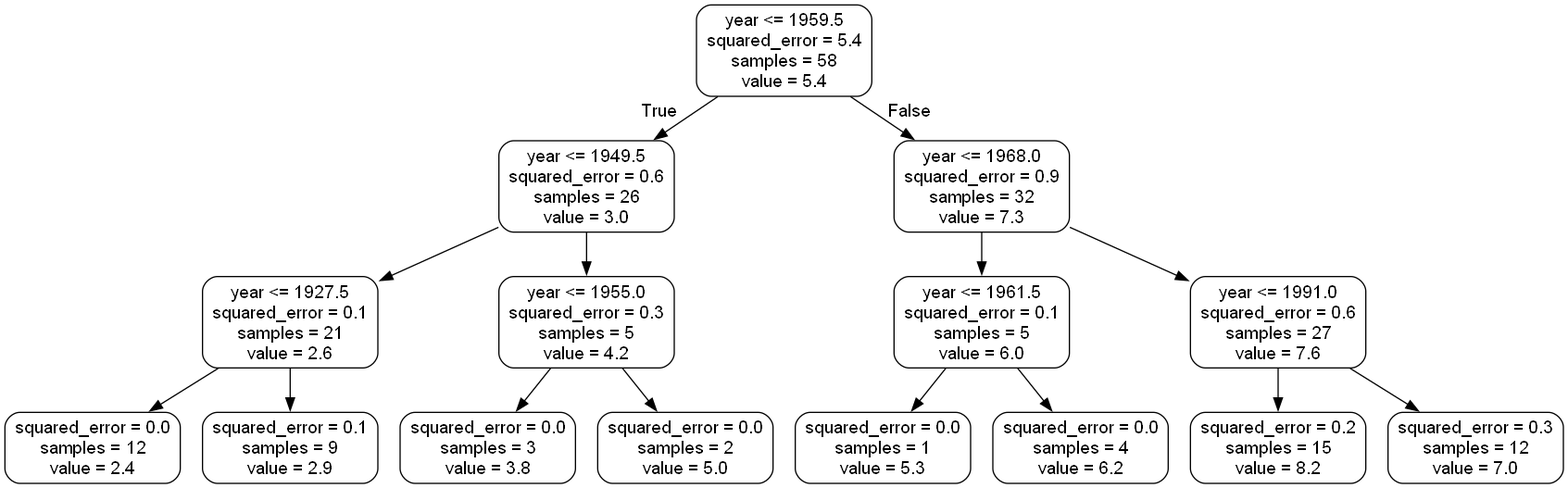
This is small_tree.png from L-dos-Santos/final-project, a Graphviz export, as it was before one commit. Its source is kept beside it as small_tree.dot.
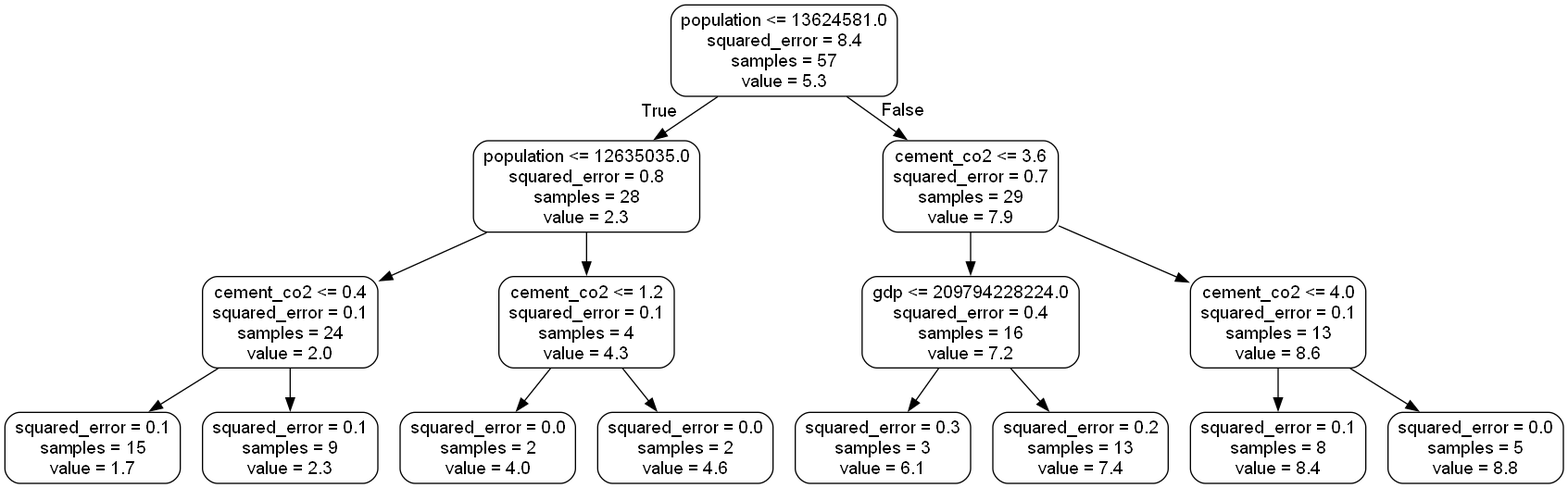
After the change.

Change to the diagram source:
```diff
@@ -1,33 +1,33 @@
 digraph Tree {
 node [shape=box, style="rounded", color="black", fontname="helvetica"] ;
 edge [fontname="helvetica"] ;
-0 [label="year <= 1959.5\nsquared_error = 5.4\nsamples = 58\nvalue = 5.4"] ;
-1 [label="year <= 1949.5\nsquared_error = 0.6\nsamples = 26\nvalue = 3.0"] ;
+0 [label="population <= 13624581.0\nsquared_error = 8.4\nsamples = 57\nvalue = 5.3"] ;
+1 [label="population <= 12635035.0\nsquared_error = 0.8\nsamples = 28\nvalue = 2.3"] ;
 0 -> 1 [labeldistance=2.5, labelangle=45, headlabel="True"] ;
-2 [label="year <= 1927.5\nsquared_error = 0.1\nsamples = 21\nvalue = 2.6"] ;
+2 [label="cement_co2 <= 0.4\nsquared_error = 0.1\nsamples = 24\nvalue = 2.0"] ;
 1 -> 2 ;
-3 [label="squared_error = 0.0\nsamples = 12\nvalue = 2.4"] ;
+3 [label="squared_error = 0.1\nsamples = 15\nvalue = 1.7"] ;
 2 -> 3 ;
-4 [label="squared_error = 0.1\nsamples = 9\nvalue = 2.9"] ;
+4 [label="squared_error = 0.1\nsamples = 9\nvalue = 2.3"] ;
 2 -> 4 ;
-5 [label="year <= 1955.0\nsquared_error = 0.3\nsamples = 5\nvalue = 4.2"] ;
+5 [label="cement_co2 <= 1.2\nsquared_error = 0.1\nsamples = 4\nvalue = 4.3"] ;
 1 -> 5 ;
-6 [label="squared_error = 0.0\nsamples = 3\nvalue = 3.8"] ;
+6 [label="squared_error = 0.0\nsamples = 2\nvalue = 4.0"] ;
 5 -> 6 ;
-7 [label="squared_error = 0.0\nsamples = 2\nvalue = 5.0"] ;
+7 [label="squared_error = 0.0\nsamples = 2\nvalue = 4.6"] ;
 5 -> 7 ;
-8 [label="year <= 1968.0\nsquared_error = 0.9\nsamples = 32\nvalue = 7.3"] ;
+8 [label="cement_co2 <= 3.6\nsquared_error = 0.7\nsamples = 29\nvalue = 7.9"] ;
 0 -> 8 [labeldistance=2.5, labelangle=-45, headlabel="False"] ;
-9 [label="year <= 1961.5\nsquared_error = 0.1\nsamples = 5\nvalue = 6.0"] ;
+9 [label="gdp <= 209794228224.0\nsquared_error = 0.4\nsamples = 16\nvalue = 7.2"] ;
 8 -> 9 ;
-10 [label="squared_error = 0.0\nsamples = 1\nvalue = 5.3"] ;
+10 [label="squared_error = 0.3\nsamples = 3\nvalue = 6.1"] ;
 9 -> 10 ;
-11 [label="squared_error = 0.0\nsamples = 4\nvalue = 6.2"] ;
+11 [label="squared_error = 0.2\nsamples = 13\nvalue = 7.4"] ;
 9 -> 11 ;
-12 [label="year <= 1991.0\nsquared_error = 0.6\nsamples = 27\nvalue = 7.6"] ;
+12 [label="cement_co2 <= 4.0\nsquared_error = 0.1\nsamples = 13\nvalue = 8.6"] ;
 8 -> 12 ;
-13 [label="squared_error = 0.2\nsamples = 15\nvalue = 8.2"] ;
+13 [label="squared_error = 0.1\nsamples = 8\nvalue = 8.4"] ;
 12 -> 13 ;
-14 [label="squared_error = 0.3\nsamples = 12\nvalue = 7.0"] ;
+14 [label="squared_error = 0.0\nsamples = 5\nvalue = 8.8"] ;
 12 -> 14 ;
 }
```
